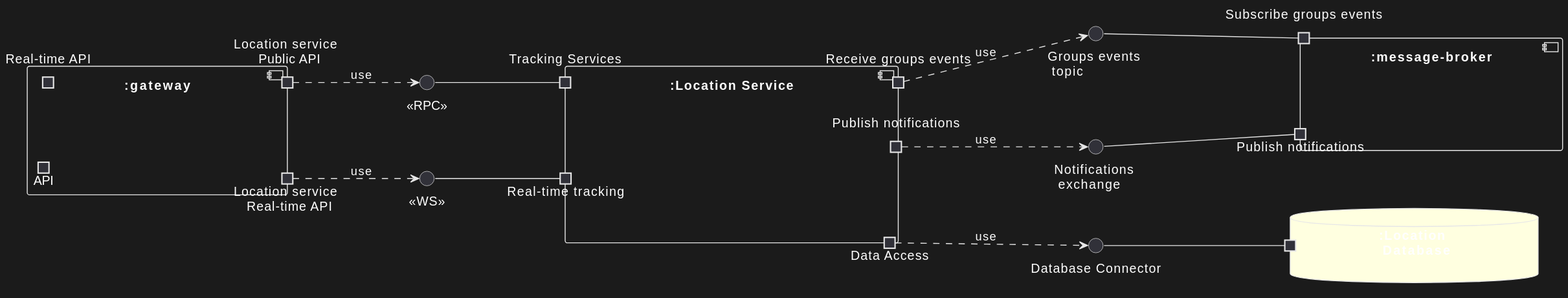
Before: res/architecture-cc-location-dark.svg, a diagram exported from PlantUML (position-pal/position-pal.github.io). Source of this version:
```plantuml
@startuml
left to right direction
skinparam component {
    BackgroundColor<<external>> White
    BackgroundColor<<executable>> #ccffcc
    BackgroundColor<<test>> cyan
}
skinparam DatabaseBackgroundColor LightYellow
skinparam NodeBackgroundColor White
interface "Notifications \n exchange" as NOTIF_EXCH
interface "Groups events \n topic" as GRPS_TOPIC
component ":message-broker" {
    portin "Publish notifications" as MB_PUB_NOTIF
    portin "Subscribe groups events" as MB_SUB_GRPS
    NOTIF_EXCH -- MB_PUB_NOTIF
    GRPS_TOPIC -- MB_SUB_GRPS
}

interface "<<WS>>" as GATEWAY_WS_LOC
interface "<<RPC>>" as GATEWAY_RPC_LOC
component ":gateway" {
    portin "API" as GATEWAY_API
    portin "Real-time API" as GATEWAY_REALTIME
    portout "Location service \n Real-time API" as GATEWAY_LOC_REALTIME
    portout "Location service \n Public API" as GATEWAY_LOC_API
    GATEWAY_LOC_REALTIME ..> GATEWAY_WS_LOC : use
    GATEWAY_LOC_API ..> GATEWAY_RPC_LOC : use
}
interface "Database Connector" as LOC_DB_CONN
component ":Location Service" {
    portin "Real-time tracking" as LOC_REALTIME
    portin "Tracking Services" as LOC_TRACK
    GATEWAY_WS_LOC -- LOC_REALTIME
    GATEWAY_RPC_LOC -- LOC_TRACK
    portout "Publish notifications" as LOC_PUB
    portout "Data Access" as LOC_DA
    portout "Receive groups events" as LOC_SUB
    LOC_DA ..> LOC_DB_CONN : use
    LOC_PUB ..> NOTIF_EXCH : use
    LOC_SUB ..> GRPS_TOPIC : use
}
database ":Location \n Database" as LOC_DB {
    portin " " as LOC_DB_DA
    LOC_DB_CONN -- LOC_DB_DA
}
@enduml
```
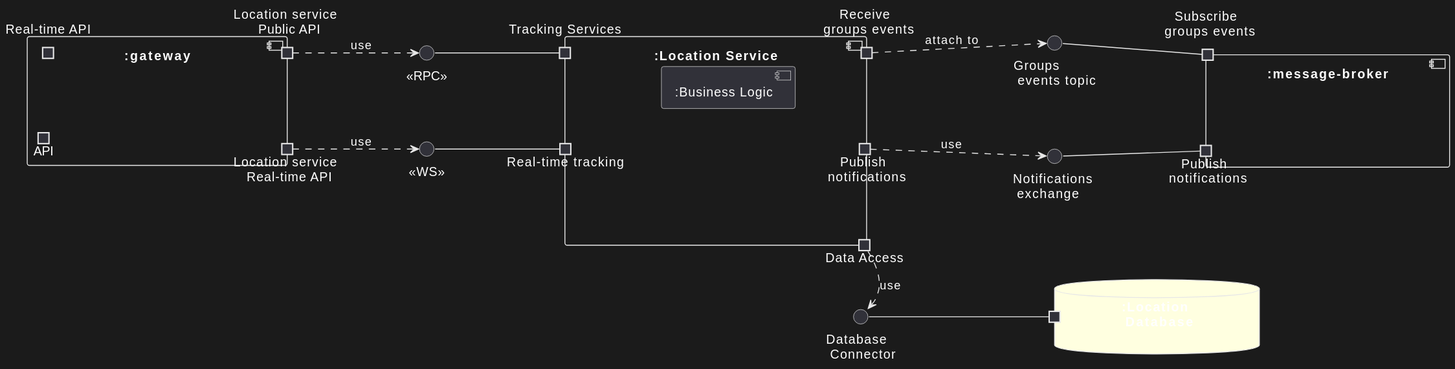
After the commit.

Change to the diagram source:
```diff
@@ -8,10 +8,10 @@
 skinparam DatabaseBackgroundColor LightYellow
 skinparam NodeBackgroundColor White
 interface "Notifications \n exchange" as NOTIF_EXCH
-interface "Groups events \n topic" as GRPS_TOPIC
+interface "Groups \n events topic" as GRPS_TOPIC
 component ":message-broker" {
-    portin "Publish notifications" as MB_PUB_NOTIF
-    portin "Subscribe groups events" as MB_SUB_GRPS
+    portin "Publish \n notifications" as MB_PUB_NOTIF
+    portin "Subscribe \n groups events" as MB_SUB_GRPS
     NOTIF_EXCH -- MB_PUB_NOTIF
     GRPS_TOPIC -- MB_SUB_GRPS
 }
@@ -26,18 +26,19 @@
     GATEWAY_LOC_REALTIME ..> GATEWAY_WS_LOC : use
     GATEWAY_LOC_API ..> GATEWAY_RPC_LOC : use
 }
-interface "Database Connector" as LOC_DB_CONN
+interface "Database \n Connector" as LOC_DB_CONN
 component ":Location Service" {
     portin "Real-time tracking" as LOC_REALTIME
     portin "Tracking Services" as LOC_TRACK
     GATEWAY_WS_LOC -- LOC_REALTIME
     GATEWAY_RPC_LOC -- LOC_TRACK
-    portout "Publish notifications" as LOC_PUB
     portout "Data Access" as LOC_DA
-    portout "Receive groups events" as LOC_SUB
-    LOC_DA ..> LOC_DB_CONN : use
+    portout "Publish \n notifications" as LOC_PUB
+    portout "Receive \n groups events" as LOC_SUB
+    LOC_DA .left.> LOC_DB_CONN : use
     LOC_PUB ..> NOTIF_EXCH : use
-    LOC_SUB ..> GRPS_TOPIC : use
+    LOC_SUB ..> GRPS_TOPIC : attach to
+    component ":Business Logic"
 }
 database ":Location \n Database" as LOC_DB {
     portin " " as LOC_DB_DA
```
